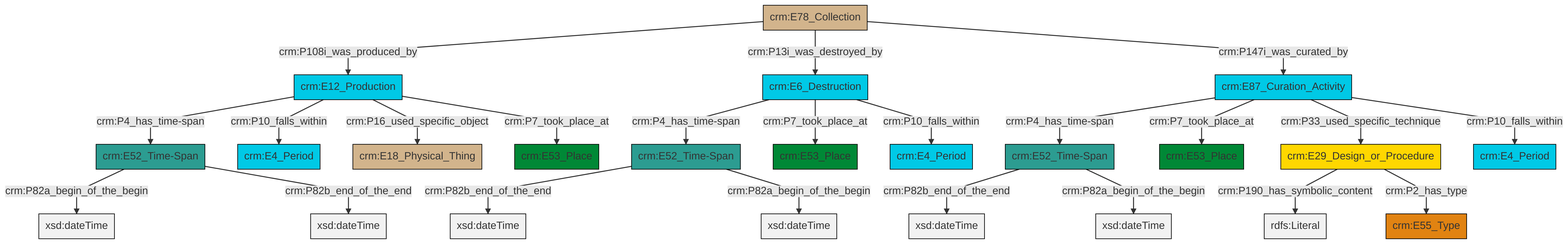
This is et/archivalCSV/ttl/mmd/png/archival_existence.png from swiss-art-research-net/docs.swissartresearch, a Mermaid export, as it was before one commit. Its source is kept beside it as et/archivalCSV/ttl/mmd/archival_existence.ttl.mmd.
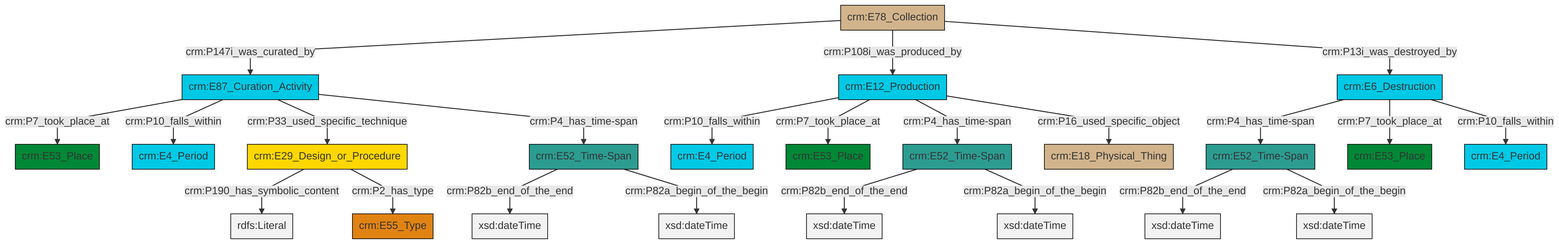
Later version of the same file.

What changed in the source:
```diff
@@ -13,25 +13,25 @@
 classDef PC_Classes fill:#4ce600, stroke:#000000;
 classDef Multi fill:#cccccc,stroke:#000000;
 
-0["crm:E78_Collection"]:::Physical_Thing -->|crm:P108i_was_produced_by| 1["crm:E12_Production"]:::Temporal_Entity
-8["crm:E87_Curation_Activity"]:::Temporal_Entity -->|crm:P4_has_time-span| 9["crm:E52_Time-Span"]:::Time-Span
-10["crm:E52_Time-Span"]:::Time-Span -->|crm:P82a_begin_of_the_begin| 11[xsd:dateTime]:::Literal
-0["crm:E78_Collection"]:::Physical_Thing -->|crm:P13i_was_destroyed_by| 18["crm:E6_Destruction"]:::Temporal_Entity
-10["crm:E52_Time-Span"]:::Time-Span -->|crm:P82b_end_of_the_end| 19[xsd:dateTime]:::Literal
-8["crm:E87_Curation_Activity"]:::Temporal_Entity -->|crm:P7_took_place_at| 4["crm:E53_Place"]:::Place
-18["crm:E6_Destruction"]:::Temporal_Entity -->|crm:P4_has_time-span| 22["crm:E52_Time-Span"]:::Time-Span
-8["crm:E87_Curation_Activity"]:::Temporal_Entity -->|crm:P33_used_specific_technique| 14["crm:E29_Design_or_Procedure"]:::Conceptual_Object
-1["crm:E12_Production"]:::Temporal_Entity -->|crm:P4_has_time-span| 10["crm:E52_Time-Span"]:::Time-Span
-1["crm:E12_Production"]:::Temporal_Entity -->|crm:P10_falls_within| 25["crm:E4_Period"]:::Temporal_Entity
-8["crm:E87_Curation_Activity"]:::Temporal_Entity -->|crm:P10_falls_within| 20["crm:E4_Period"]:::Temporal_Entity
-18["crm:E6_Destruction"]:::Temporal_Entity -->|crm:P7_took_place_at| 27["crm:E53_Place"]:::Place
-9["crm:E52_Time-Span"]:::Time-Span -->|crm:P82b_end_of_the_end| 28[xsd:dateTime]:::Literal
-14["crm:E29_Design_or_Procedure"]:::Conceptual_Object -->|crm:P190_has_symbolic_content| 29[rdfs:Literal]:::Literal
-14["crm:E29_Design_or_Procedure"]:::Conceptual_Object -->|crm:P2_has_type| 2["crm:E55_Type"]:::Type
-1["crm:E12_Production"]:::Temporal_Entity -->|crm:P16_used_specific_object| 16["crm:E18_Physical_Thing"]:::Physical_Thing
-0["crm:E78_Collection"]:::Physical_Thing -->|crm:P147i_was_curated_by| 8["crm:E87_Curation_Activity"]:::Temporal_Entity
-22["crm:E52_Time-Span"]:::Time-Span -->|crm:P82b_end_of_the_end| 32[xsd:dateTime]:::Literal
-22["crm:E52_Time-Span"]:::Time-Span -->|crm:P82a_begin_of_the_begin| 33[xsd:dateTime]:::Literal
-9["crm:E52_Time-Span"]:::Time-Span -->|crm:P82a_begin_of_the_begin| 35[xsd:dateTime]:::Literal
-18["crm:E6_Destruction"]:::Temporal_Entity -->|crm:P10_falls_within| 12["crm:E4_Period"]:::Temporal_Entity
-1["crm:E12_Production"]:::Temporal_Entity -->|crm:P7_took_place_at| 6["crm:E53_Place"]:::Place
+0["crm:E87_Curation_Activity"]:::Temporal_Entity -->|crm:P7_took_place_at| 1["crm:E53_Place"]:::Place
+4["crm:E29_Design_or_Procedure"]:::Conceptual_Object -->|crm:P190_has_symbolic_content| 5[rdfs:Literal]:::Literal
+0["crm:E87_Curation_Activity"]:::Temporal_Entity -->|crm:P10_falls_within| 7["crm:E4_Period"]:::Temporal_Entity
+8["crm:E52_Time-Span"]:::Time-Span -->|crm:P82b_end_of_the_end| 9[xsd:dateTime]:::Literal
+2["crm:E52_Time-Span"]:::Time-Span -->|crm:P82b_end_of_the_end| 10[xsd:dateTime]:::Literal
+11["crm:E6_Destruction"]:::Temporal_Entity -->|crm:P4_has_time-span| 2["crm:E52_Time-Span"]:::Time-Span
+8["crm:E52_Time-Span"]:::Time-Span -->|crm:P82a_begin_of_the_begin| 12[xsd:dateTime]:::Literal
+13["crm:E78_Collection"]:::Physical_Thing -->|crm:P147i_was_curated_by| 0["crm:E87_Curation_Activity"]:::Temporal_Entity
+2["crm:E52_Time-Span"]:::Time-Span -->|crm:P82a_begin_of_the_begin| 16[xsd:dateTime]:::Literal
+11["crm:E6_Destruction"]:::Temporal_Entity -->|crm:P7_took_place_at| 19["crm:E53_Place"]:::Place
+20["crm:E12_Production"]:::Temporal_Entity -->|crm:P10_falls_within| 21["crm:E4_Period"]:::Temporal_Entity
+0["crm:E87_Curation_Activity"]:::Temporal_Entity -->|crm:P33_used_specific_technique| 4["crm:E29_Design_or_Procedure"]:::Conceptual_Object
+17["crm:E52_Time-Span"]:::Time-Span -->|crm:P82b_end_of_the_end| 28[xsd:dateTime]:::Literal
+20["crm:E12_Production"]:::Temporal_Entity -->|crm:P7_took_place_at| 14["crm:E53_Place"]:::Place
+13["crm:E78_Collection"]:::Physical_Thing -->|crm:P108i_was_produced_by| 20["crm:E12_Production"]:::Temporal_Entity
+11["crm:E6_Destruction"]:::Temporal_Entity -->|crm:P10_falls_within| 33["crm:E4_Period"]:::Temporal_Entity
+0["crm:E87_Curation_Activity"]:::Temporal_Entity -->|crm:P4_has_time-span| 8["crm:E52_Time-Span"]:::Time-Span
+13["crm:E78_Collection"]:::Physical_Thing -->|crm:P13i_was_destroyed_by| 11["crm:E6_Destruction"]:::Temporal_Entity
+20["crm:E12_Production"]:::Temporal_Entity -->|crm:P4_has_time-span| 17["crm:E52_Time-Span"]:::Time-Span
+17["crm:E52_Time-Span"]:::Time-Span -->|crm:P82a_begin_of_the_begin| 36[xsd:dateTime]:::Literal
+20["crm:E12_Production"]:::Temporal_Entity -->|crm:P16_used_specific_object| 30["crm:E18_Physical_Thing"]:::Physical_Thing
+4["crm:E29_Design_or_Procedure"]:::Conceptual_Object -->|crm:P2_has_type| 23["crm:E55_Type"]:::Type
```
